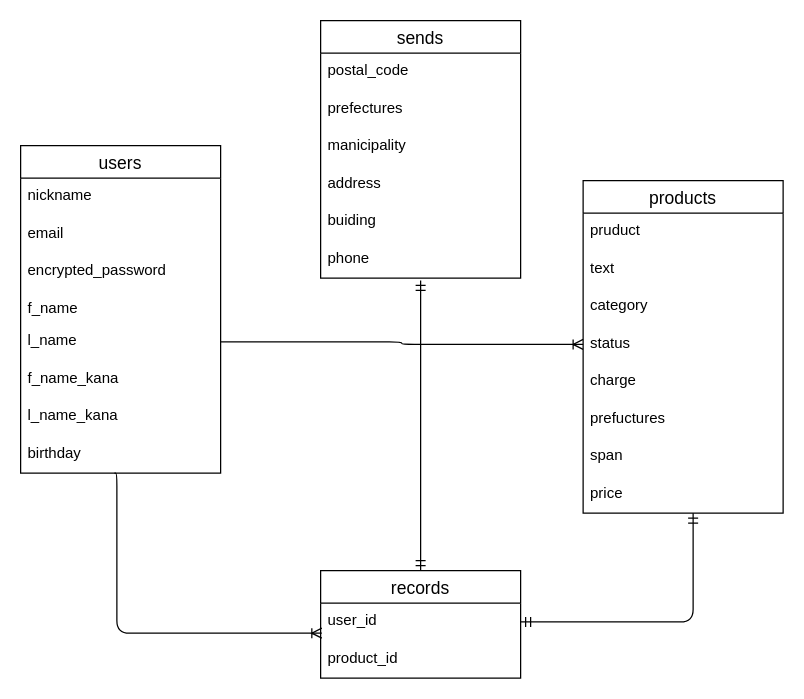
Earlier version of the draw.io diagram furima.dio (cafeaulate/furima-33837). Source tidied: cells renumbered, new cells numbered last; positions are measured from the earlier drawing's top-left corner, leaving out a move shared by most shapes. Both pictures are drawn from the tidied source at 125%, with x=0, y=0 at pixel (20, 20).
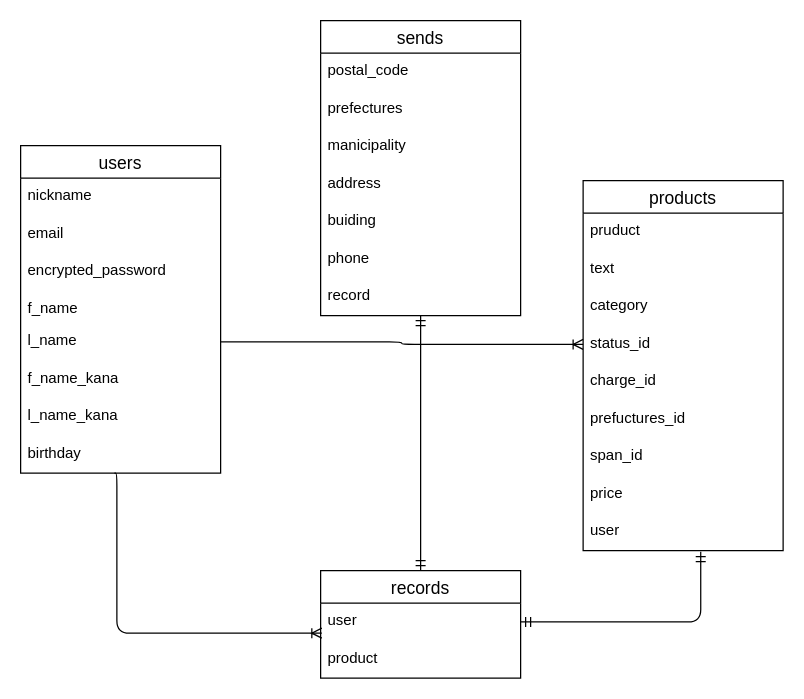
The same page after the edit.

Unchanged cells that the change refers to:
```xml
<mxCell id="11" value="records" style="swimlane;fontStyle=0;horizontal=1;startSize=26;align=center;fontSize=14;" parent="1" vertex="1">
  <mxGeometry x="240" y="440" width="160" height="86" as="geometry" />
</mxCell>
<mxCell id="20" value="phone" style="text;strokeColor=none;fillColor=none;spacingLeft=4;spacingRight=4;overflow=hidden;points=[[0,0.5],[1,0.5]];portConstraint=eastwest;fontSize=12;" parent="14" vertex="1">
  <mxGeometry y="176" width="160" height="30" as="geometry" />
</mxCell>
<mxCell id="29" value="price" style="text;strokeColor=none;fillColor=none;spacingLeft=4;spacingRight=4;overflow=hidden;points=[[0,0.5],[1,0.5]];portConstraint=eastwest;fontSize=12;" parent="21" vertex="1">
  <mxGeometry y="236" width="160" height="30" as="geometry" />
</mxCell>
```

What changed in the source:
```diff
@@
-    <mxCell id="12" value="user_id" style="text;strokeColor=none;fillColor=none;spacingLeft=4;spacingRight=4;overflow=hidden;points=[[0,0.5],[1,0.5]];portConstraint=eastwest;fontSize=12;" parent="11" vertex="1">
+    <mxCell id="12" value="user" style="text;strokeColor=none;fillColor=none;spacingLeft=4;spacingRight=4;overflow=hidden;points=[[0,0.5],[1,0.5]];portConstraint=eastwest;fontSize=12;" parent="11" vertex="1">
       <mxGeometry y="26" width="160" height="30" as="geometry" />
     </mxCell>
-    <mxCell id="13" value="product_id" style="text;strokeColor=none;fillColor=none;spacingLeft=4;spacingRight=4;overflow=hidden;fontSize=12;" parent="11" vertex="1">
+    <mxCell id="13" value="product" style="text;strokeColor=none;fillColor=none;spacingLeft=4;spacingRight=4;overflow=hidden;fontSize=12;" parent="11" vertex="1">
       <mxGeometry y="56" width="160" height="30" as="geometry" />
     </mxCell>
     <mxCell id="14" value="sends" style="swimlane;fontStyle=0;horizontal=1;startSize=26;align=center;fontSize=14;" parent="1" vertex="1">
-      <mxGeometry x="240" width="160" height="206" as="geometry" />
+      <mxGeometry x="240" width="160" height="236" as="geometry" />
     </mxCell>
@@
+    <mxCell id="34" value="record" style="text;strokeColor=none;fillColor=none;spacingLeft=4;spacingRight=4;overflow=hidden;points=[[0,0.5],[1,0.5]];portConstraint=eastwest;fontSize=12;" parent="14" vertex="1">
+      <mxGeometry y="206" width="160" height="30" as="geometry" />
+    </mxCell>
     <mxCell id="21" value="products" style="swimlane;fontStyle=0;horizontal=1;startSize=26;align=center;fontSize=14;" parent="1" vertex="1">
-      <mxGeometry x="450" y="128" width="160" height="266" as="geometry" />
+      <mxGeometry x="450" y="128" width="160" height="296" as="geometry" />
     </mxCell>
@@
-    <mxCell id="25" value="status" style="text;strokeColor=none;fillColor=none;spacingLeft=4;spacingRight=4;overflow=hidden;points=[[0,0.5],[1,0.5]];portConstraint=eastwest;fontSize=12;" parent="21" vertex="1">
+    <mxCell id="25" value="status_id" style="text;strokeColor=none;fillColor=none;spacingLeft=4;spacingRight=4;overflow=hidden;points=[[0,0.5],[1,0.5]];portConstraint=eastwest;fontSize=12;" parent="21" vertex="1">
       <mxGeometry y="116" width="160" height="30" as="geometry" />
     </mxCell>
-    <mxCell id="26" value="charge" style="text;strokeColor=none;fillColor=none;spacingLeft=4;spacingRight=4;overflow=hidden;fontSize=12;" parent="21" vertex="1">
+    <mxCell id="26" value="charge_id" style="text;strokeColor=none;fillColor=none;spacingLeft=4;spacingRight=4;overflow=hidden;fontSize=12;" parent="21" vertex="1">
       <mxGeometry y="146" width="160" height="30" as="geometry" />
     </mxCell>
-    <mxCell id="27" value="prefuctures" style="text;strokeColor=none;fillColor=none;spacingLeft=4;spacingRight=4;overflow=hidden;fontSize=12;" parent="21" vertex="1">
+    <mxCell id="27" value="prefuctures_id" style="text;strokeColor=none;fillColor=none;spacingLeft=4;spacingRight=4;overflow=hidden;fontSize=12;" parent="21" vertex="1">
       <mxGeometry y="176" width="160" height="30" as="geometry" />
     </mxCell>
-    <mxCell id="28" value="span" style="text;strokeColor=none;fillColor=none;spacingLeft=4;spacingRight=4;overflow=hidden;fontSize=12;" parent="21" vertex="1">
+    <mxCell id="28" value="span_id" style="text;strokeColor=none;fillColor=none;spacingLeft=4;spacingRight=4;overflow=hidden;fontSize=12;" parent="21" vertex="1">
       <mxGeometry y="206" width="160" height="30" as="geometry" />
     </mxCell>
@@
+    <mxCell id="35" value="user" style="text;strokeColor=none;fillColor=none;spacingLeft=4;spacingRight=4;overflow=hidden;points=[[0,0.5],[1,0.5]];portConstraint=eastwest;fontSize=12;" parent="21" vertex="1">
+      <mxGeometry y="266" width="160" height="30" as="geometry" />
+    </mxCell>
@@
-    <mxCell id="31" style="edgeStyle=orthogonalEdgeStyle;fontSize=12;html=1;endArrow=ERmandOne;startArrow=ERmandOne;entryX=0.55;entryY=1;entryDx=0;entryDy=0;entryPerimeter=0;exitX=1;exitY=0.5;exitDx=0;exitDy=0;" parent="1" edge="1" source="12" target="29">
+    <mxCell id="31" style="edgeStyle=orthogonalEdgeStyle;fontSize=12;html=1;endArrow=ERmandOne;startArrow=ERmandOne;entryX=0.588;entryY=1.027;entryDx=0;entryDy=0;entryPerimeter=0;exitX=1;exitY=0.5;exitDx=0;exitDy=0;" parent="1" edge="1" source="12" target="35">
       <mxGeometry relative="1" as="geometry" />
     </mxCell>
@@
-    <mxCell id="33" style="fontSize=12;html=1;endArrow=ERmandOne;startArrow=ERmandOne;exitX=0.5;exitY=0;exitDx=0;exitDy=0;entryX=0.5;entryY=1.06;entryDx=0;entryDy=0;entryPerimeter=0;" parent="1" edge="1" source="11" target="20">
+    <mxCell id="33" style="fontSize=12;html=1;endArrow=ERmandOne;startArrow=ERmandOne;" parent="1" edge="1" source="11" target="34">
       <mxGeometry relative="1" as="geometry" />
     </mxCell>
```
